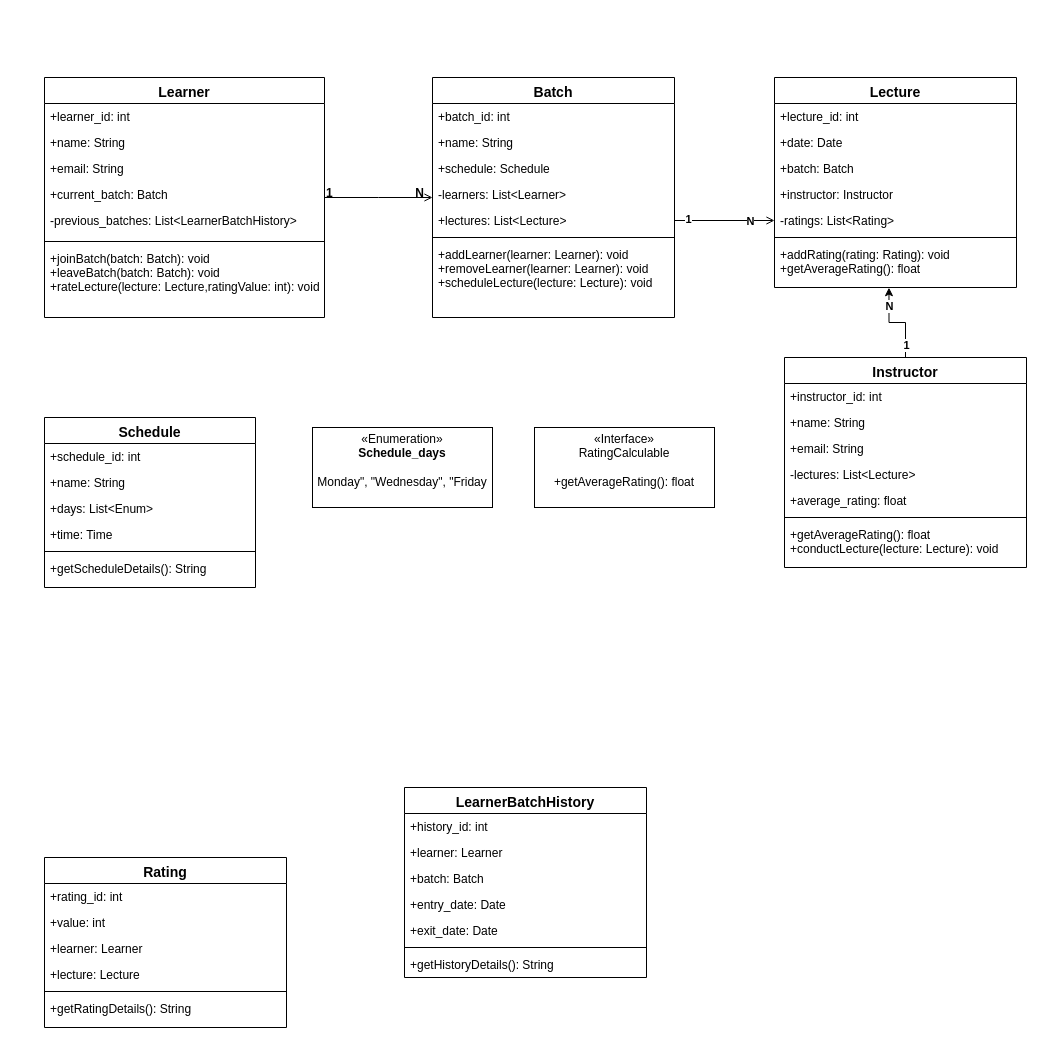
geeky-sanjay/class-diagrams keeps this draw.io diagram as Scaler-Class-Daigram.drawio. Above is the earlier version. Source tidied: cells renumbered, new cells numbered last; positions are measured from the earlier drawing's top-left corner, leaving out a move shared by most shapes. Both pictures are drawn from the tidied source at 100%, with x=0, y=0 at pixel (44, 77).
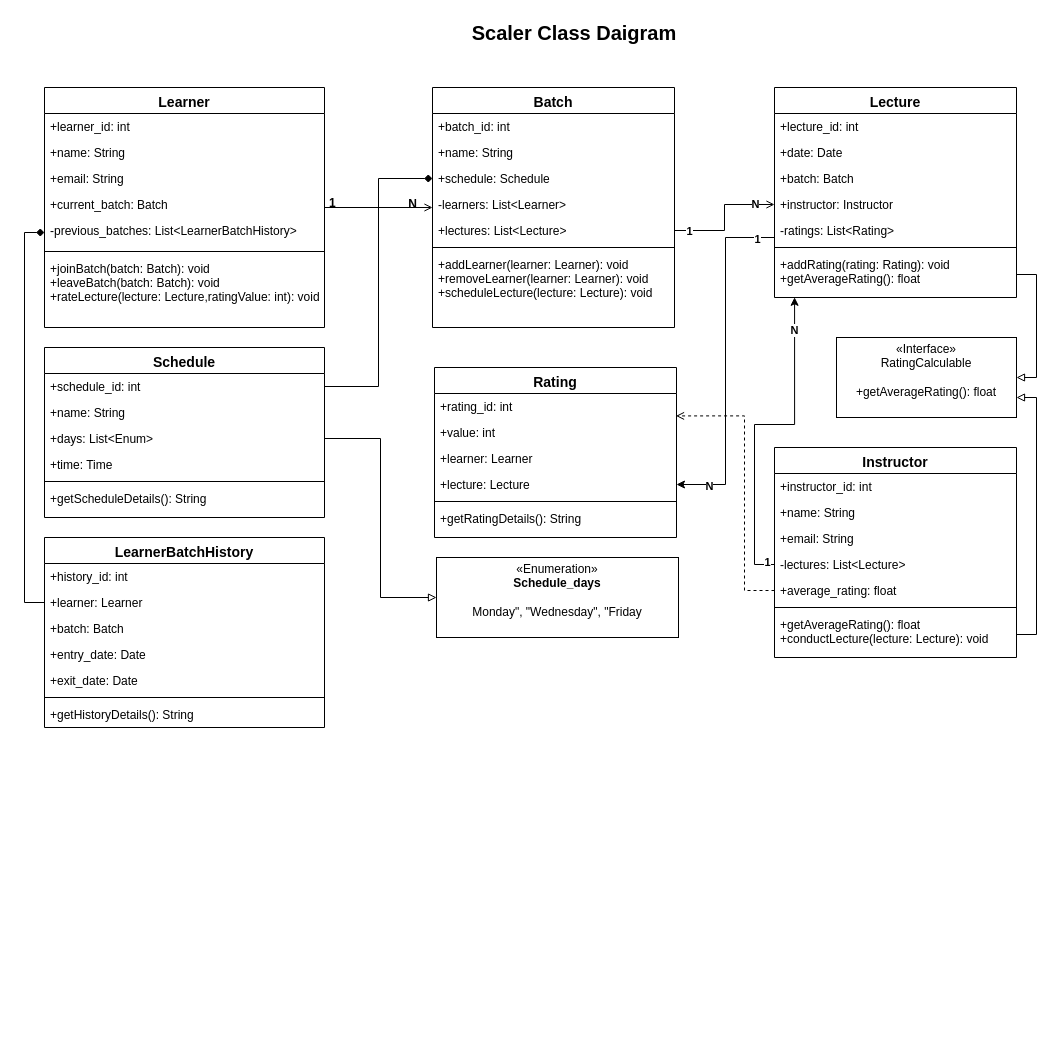
Above is the later version.

Unchanged cells that the change refers to:
```xml
<mxCell id="7" value="-previous_batches: List&lt;LearnerBatchHistory&gt;" style="text;align=left;verticalAlign=top;spacingLeft=4;spacingRight=4;overflow=hidden;points=[[0,0.5],[1,0.5]];portConstraint=eastwest;rounded=0;shadow=0;html=0;" parent="2" vertex="1">
  <mxGeometry y="130" width="280" height="30" as="geometry" />
</mxCell>
<mxCell id="13" value="+schedule: Schedule" style="text;align=left;verticalAlign=top;spacingLeft=4;spacingRight=4;overflow=hidden;points=[[0,0.5],[1,0.5]];portConstraint=eastwest;rounded=0;shadow=0;html=0;" parent="10" vertex="1">
  <mxGeometry y="78" width="242" height="26" as="geometry" />
</mxCell>
<mxCell id="15" value="+lectures: List&lt;Lecture&gt;" style="text;align=left;verticalAlign=top;spacingLeft=4;spacingRight=4;overflow=hidden;points=[[0,0.5],[1,0.5]];portConstraint=eastwest;rounded=0;shadow=0;html=0;" parent="10" vertex="1">
  <mxGeometry y="130" width="242" height="26" as="geometry" />
</mxCell>
<mxCell id="33" value="+instructor: Instructor" style="text;align=left;verticalAlign=top;spacingLeft=4;spacingRight=4;overflow=hidden;points=[[0,0.5],[1,0.5]];portConstraint=eastwest;rounded=0;shadow=0;html=0;" parent="29" vertex="1">
  <mxGeometry y="104" width="242" height="26" as="geometry" />
</mxCell>
<mxCell id="34" value="-ratings: List&lt;Rating&gt;" style="text;align=left;verticalAlign=top;spacingLeft=4;spacingRight=4;overflow=hidden;points=[[0,0.5],[1,0.5]];portConstraint=eastwest;rounded=0;shadow=0;html=0;" parent="29" vertex="1">
  <mxGeometry y="130" width="242" height="26" as="geometry" />
</mxCell>
<mxCell id="36" value="+addRating(rating: Rating): void&#10;+getAverageRating(): float" style="text;align=left;verticalAlign=top;spacingLeft=4;spacingRight=4;overflow=hidden;points=[[0,0.5],[1,0.5]];portConstraint=eastwest;" parent="29" vertex="1">
  <mxGeometry y="164" width="242" height="46" as="geometry" />
</mxCell>
<mxCell id="41" value="-lectures: List&lt;Lecture&gt;" style="text;align=left;verticalAlign=top;spacingLeft=4;spacingRight=4;overflow=hidden;points=[[0,0.5],[1,0.5]];portConstraint=eastwest;rounded=0;shadow=0;html=0;" parent="37" vertex="1">
  <mxGeometry y="104" width="242" height="26" as="geometry" />
</mxCell>
<mxCell id="42" value="+average_rating: float" style="text;align=left;verticalAlign=top;spacingLeft=4;spacingRight=4;overflow=hidden;points=[[0,0.5],[1,0.5]];portConstraint=eastwest;rounded=0;shadow=0;html=0;" parent="37" vertex="1">
  <mxGeometry y="130" width="242" height="26" as="geometry" />
</mxCell>
<mxCell id="44" value="+getAverageRating(): float&#10;+conductLecture(lecture: Lecture): void" style="text;align=left;verticalAlign=top;spacingLeft=4;spacingRight=4;overflow=hidden;points=[[0,0.5],[1,0.5]];portConstraint=eastwest;" parent="37" vertex="1">
  <mxGeometry y="164" width="242" height="46" as="geometry" />
</mxCell>
<mxCell id="47" value="+value: int" style="text;align=left;verticalAlign=top;spacingLeft=4;spacingRight=4;overflow=hidden;points=[[0,0.5],[1,0.5]];portConstraint=eastwest;rounded=0;shadow=0;html=0;" parent="45" vertex="1">
  <mxGeometry y="52" width="242" height="26" as="geometry" />
</mxCell>
<mxCell id="49" value="+lecture: Lecture" style="text;align=left;verticalAlign=top;spacingLeft=4;spacingRight=4;overflow=hidden;points=[[0,0.5],[1,0.5]];portConstraint=eastwest;rounded=0;shadow=0;html=0;" parent="45" vertex="1">
  <mxGeometry y="104" width="242" height="26" as="geometry" />
</mxCell>
```

Change to the diagram source:
```diff
@@
     <mxCell id="2" value="Learner" style="swimlane;fontStyle=1;align=center;verticalAlign=top;horizontal=1;startSize=26;rounded=0;shadow=0;strokeWidth=1;fontSize=14;" parent="1" vertex="1">
-      <mxGeometry width="280" height="240" as="geometry" />
+      <mxGeometry y="10" width="280" height="240" as="geometry" />
     </mxCell>
@@
     <mxCell id="10" value="Batch" style="swimlane;fontStyle=1;align=center;verticalAlign=top;horizontal=1;startSize=26;rounded=0;shadow=0;strokeWidth=1;fontSize=14;" parent="1" vertex="1">
-      <mxGeometry x="388" width="242" height="240" as="geometry" />
+      <mxGeometry x="388" y="10" width="242" height="240" as="geometry" />
     </mxCell>
@@
-    <mxCell id="18" style="endArrow=open;shadow=0;strokeWidth=1;rounded=0;curved=0;endFill=1;edgeStyle=elbowEdgeStyle;elbow=vertical;" parent="1" edge="1" source="2" target="10">
+    <mxCell id="18" style="endArrow=open;shadow=0;strokeWidth=1;rounded=0;curved=0;endFill=0;edgeStyle=elbowEdgeStyle;elbow=vertical;" parent="1" edge="1" source="2" target="10">
       <mxGeometry x="0.5" y="41" relative="1" as="geometry">
         <mxPoint x="-40" y="32" as="offset" />
       </mxGeometry>
     </mxCell>
     <mxCell id="19" value="1" style="align=left;verticalAlign=bottom;labelBackgroundColor=none;fontSize=12;fontStyle=1;" parent="18" vertex="1">
       <mxGeometry x="-1" relative="1" as="geometry">
-        <mxPoint y="4" as="offset" />
+        <mxPoint x="3" y="4" as="offset" />
       </mxGeometry>
     </mxCell>
     <mxCell id="20" value="N" style="align=right;verticalAlign=bottom;labelBackgroundColor=none;fontSize=12;fontStyle=1;" parent="18" vertex="1">
       <mxGeometry x="1" relative="1" as="geometry">
-        <mxPoint x="-7" y="4" as="offset" />
+        <mxPoint x="-14" y="5" as="offset" />
       </mxGeometry>
     </mxCell>
     <mxCell id="21" value="Schedule" style="swimlane;fontStyle=1;align=center;verticalAlign=top;horizontal=1;startSize=26;rounded=0;shadow=0;strokeWidth=1;fontSize=14;" parent="1" vertex="1">
-      <mxGeometry y="340" width="211" height="170" as="geometry" />
+      <mxGeometry y="270" width="280" height="170" as="geometry" />
     </mxCell>
     <mxCell id="22" value="+schedule_id: int" style="text;align=left;verticalAlign=top;spacingLeft=4;spacingRight=4;overflow=hidden;points=[[0,0.5],[1,0.5]];portConstraint=eastwest;" parent="21" vertex="1">
-      <mxGeometry y="26" width="211" height="26" as="geometry" />
+      <mxGeometry y="26" width="280" height="26" as="geometry" />
     </mxCell>
     <mxCell id="23" value="+name: String" style="text;align=left;verticalAlign=top;spacingLeft=4;spacingRight=4;overflow=hidden;rounded=0;shadow=0;html=0;" parent="21" vertex="1">
-      <mxGeometry y="52" width="211" height="26" as="geometry" />
+      <mxGeometry y="52" width="280" height="26" as="geometry" />
     </mxCell>
     <mxCell id="24" value="+days: List&lt;Enum&gt; " style="text;align=left;verticalAlign=top;spacingLeft=4;spacingRight=4;overflow=hidden;points=[[0,0.5],[1,0.5]];portConstraint=eastwest;rounded=0;shadow=0;html=0;" parent="21" vertex="1">
-      <mxGeometry y="78" width="211" height="26" as="geometry" />
+      <mxGeometry y="78" width="280" height="26" as="geometry" />
     </mxCell>
     <mxCell id="25" value="+time: Time" style="text;align=left;verticalAlign=top;spacingLeft=4;spacingRight=4;overflow=hidden;rounded=0;shadow=0;html=0;" parent="21" vertex="1">
-      <mxGeometry y="104" width="211" height="26" as="geometry" />
+      <mxGeometry y="104" width="280" height="26" as="geometry" />
     </mxCell>
     <mxCell id="26" style="line;html=1;strokeWidth=1;align=left;verticalAlign=middle;spacingTop=-1;spacingLeft=3;spacingRight=3;labelPosition=right;" parent="21" vertex="1">
-      <mxGeometry y="130" width="211" height="8" as="geometry" />
+      <mxGeometry y="130" width="280" height="8" as="geometry" />
     </mxCell>
     <mxCell id="27" value="+getScheduleDetails(): String" style="text;align=left;verticalAlign=top;spacingLeft=4;spacingRight=4;overflow=hidden;" parent="21" vertex="1">
-      <mxGeometry y="138" width="211" height="32" as="geometry" />
+      <mxGeometry y="138" width="280" height="32" as="geometry" />
     </mxCell>
     <mxCell id="28" value="«Enumeration»&lt;br&gt;&lt;b&gt;Schedule_days&lt;br&gt;&lt;br&gt;&lt;/b&gt;Monday&quot;, &quot;Wednesday&quot;, &quot;Friday&lt;b&gt;&lt;br&gt;&lt;br&gt;&lt;/b&gt;" style="html=1;whiteSpace=wrap;" parent="1" vertex="1">
-      <mxGeometry x="268" y="350" width="180" height="80" as="geometry" />
+      <mxGeometry x="392" y="480" width="242" height="80" as="geometry" />
     </mxCell>
     <mxCell id="29" value="Lecture" style="swimlane;fontStyle=1;align=center;verticalAlign=top;horizontal=1;startSize=26;rounded=0;shadow=0;strokeWidth=1;fontSize=14;" parent="1" vertex="1">
-      <mxGeometry x="730" width="242" height="210" as="geometry" />
+      <mxGeometry x="730" y="10" width="242" height="210" as="geometry" />
     </mxCell>
@@
     <mxCell id="37" value="Instructor" style="swimlane;fontStyle=1;align=center;verticalAlign=top;horizontal=1;startSize=26;rounded=0;shadow=0;strokeWidth=1;fontSize=14;" parent="1" vertex="1">
-      <mxGeometry x="740" y="280" width="242" height="210" as="geometry" />
+      <mxGeometry x="730" y="370" width="242" height="210" as="geometry" />
     </mxCell>
@@
     <mxCell id="45" value="Rating" style="swimlane;fontStyle=1;align=center;verticalAlign=top;horizontal=1;startSize=26;rounded=0;shadow=0;strokeWidth=1;fontSize=14;" parent="1" vertex="1">
-      <mxGeometry y="780" width="242" height="170" as="geometry" />
+      <mxGeometry x="390" y="290" width="242" height="170" as="geometry" />
     </mxCell>
@@
     <mxCell id="52" value="LearnerBatchHistory" style="swimlane;fontStyle=1;align=center;verticalAlign=top;horizontal=1;startSize=26;rounded=0;shadow=0;strokeWidth=1;fontSize=14;" parent="1" vertex="1">
-      <mxGeometry x="360" y="710" width="242" height="190" as="geometry" />
+      <mxGeometry y="460" width="280" height="190" as="geometry" />
     </mxCell>
     <mxCell id="53" value="+history_id: int" style="text;align=left;verticalAlign=top;spacingLeft=4;spacingRight=4;overflow=hidden;" parent="52" vertex="1">
-      <mxGeometry y="26" width="242" height="26" as="geometry" />
+      <mxGeometry y="26" width="280" height="26" as="geometry" />
     </mxCell>
     <mxCell id="54" value="+learner: Learner" style="text;align=left;verticalAlign=top;spacingLeft=4;spacingRight=4;overflow=hidden;points=[[0,0.5],[1,0.5]];portConstraint=eastwest;rounded=0;shadow=0;html=0;" parent="52" vertex="1">
-      <mxGeometry y="52" width="242" height="26" as="geometry" />
+      <mxGeometry y="52" width="280" height="26" as="geometry" />
     </mxCell>
     <mxCell id="55" value="+batch: Batch" style="text;align=left;verticalAlign=top;spacingLeft=4;spacingRight=4;overflow=hidden;rounded=0;shadow=0;html=0;" parent="52" vertex="1">
-      <mxGeometry y="78" width="242" height="26" as="geometry" />
+      <mxGeometry y="78" width="280" height="26" as="geometry" />
     </mxCell>
     <mxCell id="56" value="+entry_date: Date" style="text;align=left;verticalAlign=top;spacingLeft=4;spacingRight=4;overflow=hidden;rounded=0;shadow=0;html=0;" parent="52" vertex="1">
-      <mxGeometry y="104" width="242" height="26" as="geometry" />
+      <mxGeometry y="104" width="280" height="26" as="geometry" />
     </mxCell>
     <mxCell id="57" value="+exit_date: Date" style="text;align=left;verticalAlign=top;spacingLeft=4;spacingRight=4;overflow=hidden;rounded=0;shadow=0;html=0;" parent="52" vertex="1">
-      <mxGeometry y="130" width="242" height="26" as="geometry" />
+      <mxGeometry y="130" width="280" height="26" as="geometry" />
     </mxCell>
     <mxCell id="58" style="line;html=1;strokeWidth=1;align=left;verticalAlign=middle;spacingTop=-1;spacingLeft=3;spacingRight=3;labelPosition=right;" parent="52" vertex="1">
-      <mxGeometry y="156" width="242" height="8" as="geometry" />
+      <mxGeometry y="156" width="280" height="8" as="geometry" />
     </mxCell>
     <mxCell id="59" value="+getHistoryDetails(): String" style="text;align=left;verticalAlign=top;spacingLeft=4;spacingRight=4;overflow=hidden;" parent="52" vertex="1">
-      <mxGeometry y="164" width="242" height="26" as="geometry" />
+      <mxGeometry y="164" width="280" height="26" as="geometry" />
     </mxCell>
     <mxCell id="60" value="«Interface»&lt;br&gt;RatingCalculable&lt;b&gt;&lt;br&gt;&lt;br&gt;&lt;/b&gt;+getAverageRating(): float&lt;b&gt;&lt;br&gt;&lt;br&gt;&lt;/b&gt;" style="html=1;whiteSpace=wrap;" parent="1" vertex="1">
-      <mxGeometry x="490" y="350" width="180" height="80" as="geometry" />
+      <mxGeometry x="792" y="260" width="180" height="80" as="geometry" />
     </mxCell>
-    <mxCell id="61" style="edgeStyle=orthogonalEdgeStyle;rounded=0;jettySize=auto;html=1;exitX=1;exitY=0.5;exitDx=0;exitDy=0;entryX=0;entryY=0.5;entryDx=0;entryDy=0;endArrow=open;endFill=0;" parent="1" edge="1" source="15" target="34">
-      <mxGeometry relative="1" as="geometry" />
-    </mxCell>
-    <mxCell id="62" value="&lt;b&gt;1&lt;/b&gt;" style="edgeLabel;html=1;align=center;verticalAlign=middle;" parent="61" vertex="1">
-      <mxGeometry x="-0.73" y="2" relative="1" as="geometry">
-        <mxPoint x="-1" as="offset" />
-      </mxGeometry>
-    </mxCell>
-    <mxCell id="63" value="&lt;b&gt;N&lt;/b&gt;" style="edgeLabel;html=1;align=center;verticalAlign=middle;" parent="61" vertex="1">
-      <mxGeometry x="0.52" relative="1" as="geometry">
-        <mxPoint x="-1" as="offset" />
-      </mxGeometry>
-    </mxCell>
-    <mxCell id="64" style="edgeStyle=orthogonalEdgeStyle;rounded=0;jettySize=auto;html=1;entryX=0.473;entryY=1.004;entryDx=0;entryDy=0;entryPerimeter=0;" parent="1" edge="1" source="37" target="36">
-      <mxGeometry relative="1" as="geometry" />
-    </mxCell>
-    <mxCell id="65" value="&lt;b&gt;N&lt;/b&gt;" style="edgeLabel;html=1;align=center;verticalAlign=middle;" parent="64" vertex="1">
-      <mxGeometry x="0.58" relative="1" as="geometry" />
-    </mxCell>
-    <mxCell id="66" value="&lt;b&gt;1&lt;/b&gt;" style="edgeLabel;html=1;align=center;verticalAlign=middle;" parent="64" vertex="1">
-      <mxGeometry x="-0.71" relative="1" as="geometry" />
-    </mxCell>
+    <mxCell id="67" style="edgeStyle=orthogonalEdgeStyle;rounded=0;jettySize=auto;html=1;exitX=0;exitY=0.5;exitDx=0;exitDy=0;entryX=1;entryY=0.5;entryDx=0;entryDy=0;" parent="1" edge="1" source="34" target="49">
+      <mxGeometry relative="1" as="geometry">
+        <Array as="points">
+          <mxPoint x="730" y="160" />
+          <mxPoint x="681" y="160" />
+          <mxPoint x="681" y="407" />
+        </Array>
+      </mxGeometry>
+    </mxCell>
+    <mxCell id="68" value="&lt;b&gt;1&lt;/b&gt;" style="edgeLabel;html=1;align=center;verticalAlign=middle;" parent="67" vertex="1">
+      <mxGeometry x="-0.86" y="1" relative="1" as="geometry" />
+    </mxCell>
+    <mxCell id="69" value="&lt;b&gt;N&lt;/b&gt;" style="edgeLabel;html=1;align=center;verticalAlign=middle;" parent="67" vertex="1">
+      <mxGeometry x="0.82" y="1" relative="1" as="geometry" />
+    </mxCell>
+    <mxCell id="70" style="edgeStyle=orthogonalEdgeStyle;rounded=0;jettySize=auto;html=1;exitX=1;exitY=0.5;exitDx=0;exitDy=0;entryX=0;entryY=0.5;entryDx=0;entryDy=0;endArrow=open;endFill=0;" parent="1" edge="1" source="15" target="33">
+      <mxGeometry relative="1" as="geometry" />
+    </mxCell>
+    <mxCell id="71" value="&lt;b&gt;N&lt;/b&gt;" style="edgeLabel;html=1;align=center;verticalAlign=middle;" parent="70" vertex="1">
+      <mxGeometry x="0.69" y="1" relative="1" as="geometry" />
+    </mxCell>
+    <mxCell id="72" value="&lt;b&gt;1&lt;/b&gt;" style="edgeLabel;html=1;align=center;verticalAlign=middle;" parent="70" vertex="1">
+      <mxGeometry x="-0.78" relative="1" as="geometry" />
+    </mxCell>
+    <mxCell id="73" style="edgeStyle=orthogonalEdgeStyle;rounded=0;jettySize=auto;html=1;exitX=1;exitY=0.5;exitDx=0;exitDy=0;entryX=0;entryY=0.5;entryDx=0;entryDy=0;endArrow=diamond;endFill=1;" parent="1" edge="1" source="22" target="13">
+      <mxGeometry relative="1" as="geometry" />
+    </mxCell>
+    <mxCell id="74" style="edgeStyle=orthogonalEdgeStyle;rounded=0;jettySize=auto;html=1;exitX=1;exitY=0.5;exitDx=0;exitDy=0;entryX=1;entryY=0.5;entryDx=0;entryDy=0;endArrow=block;endFill=0;" parent="1" edge="1" source="36" target="60">
+      <mxGeometry relative="1" as="geometry" />
+    </mxCell>
+    <mxCell id="75" style="edgeStyle=orthogonalEdgeStyle;rounded=0;jettySize=auto;html=1;exitX=1;exitY=0.5;exitDx=0;exitDy=0;entryX=1;entryY=0.75;entryDx=0;entryDy=0;endArrow=block;endFill=0;" parent="1" edge="1" source="44" target="60">
+      <mxGeometry relative="1" as="geometry" />
+    </mxCell>
+    <mxCell id="76" style="edgeStyle=orthogonalEdgeStyle;rounded=0;jettySize=auto;html=1;exitX=1;exitY=0.5;exitDx=0;exitDy=0;entryX=0;entryY=0.5;entryDx=0;entryDy=0;endArrow=block;endFill=0;" parent="1" edge="1" source="24" target="28">
+      <mxGeometry relative="1" as="geometry" />
+    </mxCell>
+    <mxCell id="77" style="edgeStyle=orthogonalEdgeStyle;rounded=0;jettySize=auto;html=1;exitX=0;exitY=0.5;exitDx=0;exitDy=0;entryX=0;entryY=0.5;entryDx=0;entryDy=0;endArrow=diamond;endFill=1;" parent="1" edge="1" source="54" target="7">
+      <mxGeometry relative="1" as="geometry" />
+    </mxCell>
+    <mxCell id="78" style="edgeStyle=orthogonalEdgeStyle;rounded=0;jettySize=auto;html=1;exitX=0;exitY=0.5;exitDx=0;exitDy=0;entryX=0.998;entryY=-0.138;entryDx=0;entryDy=0;entryPerimeter=0;endArrow=open;endFill=0;dashed=1;" parent="1" edge="1" source="42" target="47">
+      <mxGeometry relative="1" as="geometry">
+        <Array as="points">
+          <mxPoint x="700" y="513" />
+          <mxPoint x="700" y="338" />
+        </Array>
+      </mxGeometry>
+    </mxCell>
+    <mxCell id="79" style="edgeStyle=orthogonalEdgeStyle;rounded=0;jettySize=auto;html=1;exitX=0;exitY=0.5;exitDx=0;exitDy=0;entryX=0.083;entryY=0.996;entryDx=0;entryDy=0;entryPerimeter=0;" parent="1" edge="1" source="41" target="36">
+      <mxGeometry relative="1" as="geometry" />
+    </mxCell>
+    <mxCell id="80" value="&lt;b&gt;N&lt;/b&gt;" style="edgeLabel;html=1;align=center;verticalAlign=middle;" parent="79" vertex="1">
+      <mxGeometry x="0.8" y="1" relative="1" as="geometry" />
+    </mxCell>
+    <mxCell id="81" value="&lt;b&gt;1&lt;/b&gt;" style="edgeLabel;html=1;align=center;verticalAlign=middle;" parent="79" vertex="1">
+      <mxGeometry x="-0.95" y="-3" relative="1" as="geometry" />
+    </mxCell>
+    <mxCell id="82" value="&lt;font style=&quot;font-size: 20px;&quot;&gt;&lt;b&gt;Scaler Class Daigram&lt;/b&gt;&lt;/font&gt;" style="text;html=1;align=center;verticalAlign=middle;whiteSpace=wrap;rounded=0;fontSize=13;" parent="1" vertex="1">
+      <mxGeometry x="360" y="-60" width="340" height="30" as="geometry" />
+    </mxCell>
```
